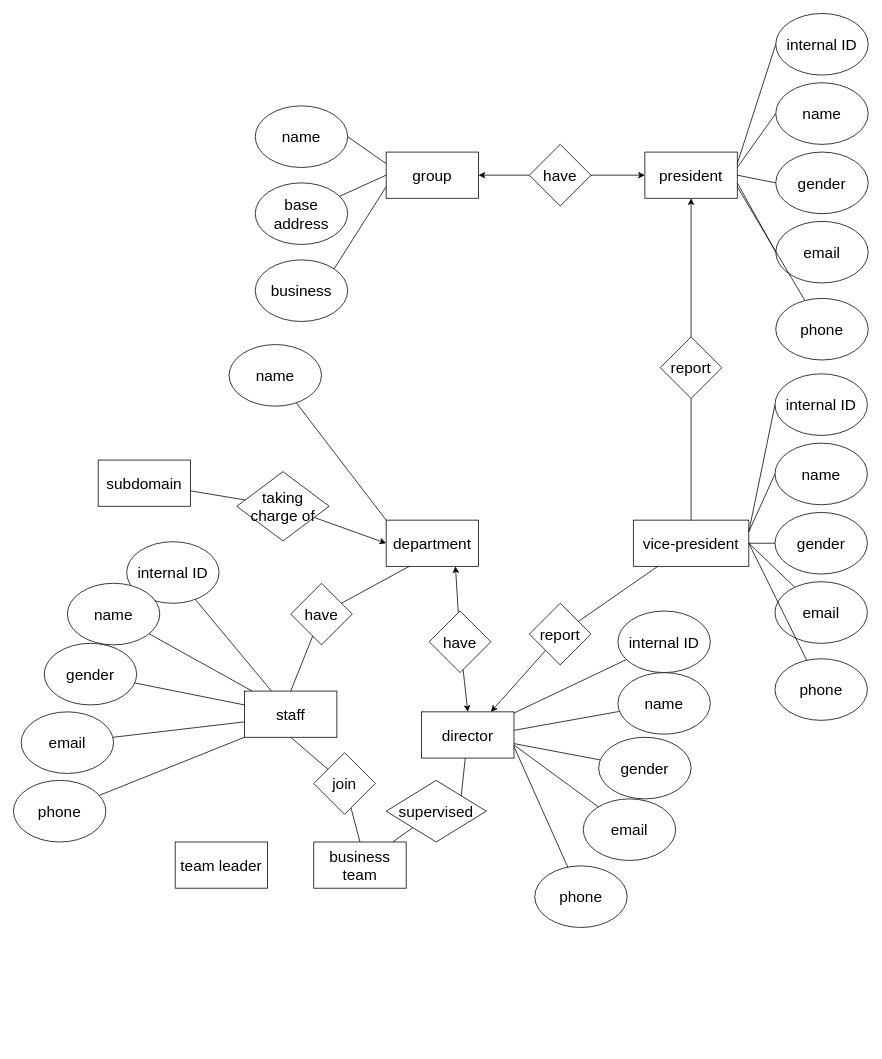
Before: 3100_asmt3_Q3.drawio in wkng0/heyy, a draw.io diagram. Source tidied: cells renumbered, new cells numbered last; positions are measured from the earlier drawing's top-left corner, leaving out a move shared by most shapes. Both pictures are drawn from the tidied source at 77%, with x=0, y=0 at pixel (13, 13).
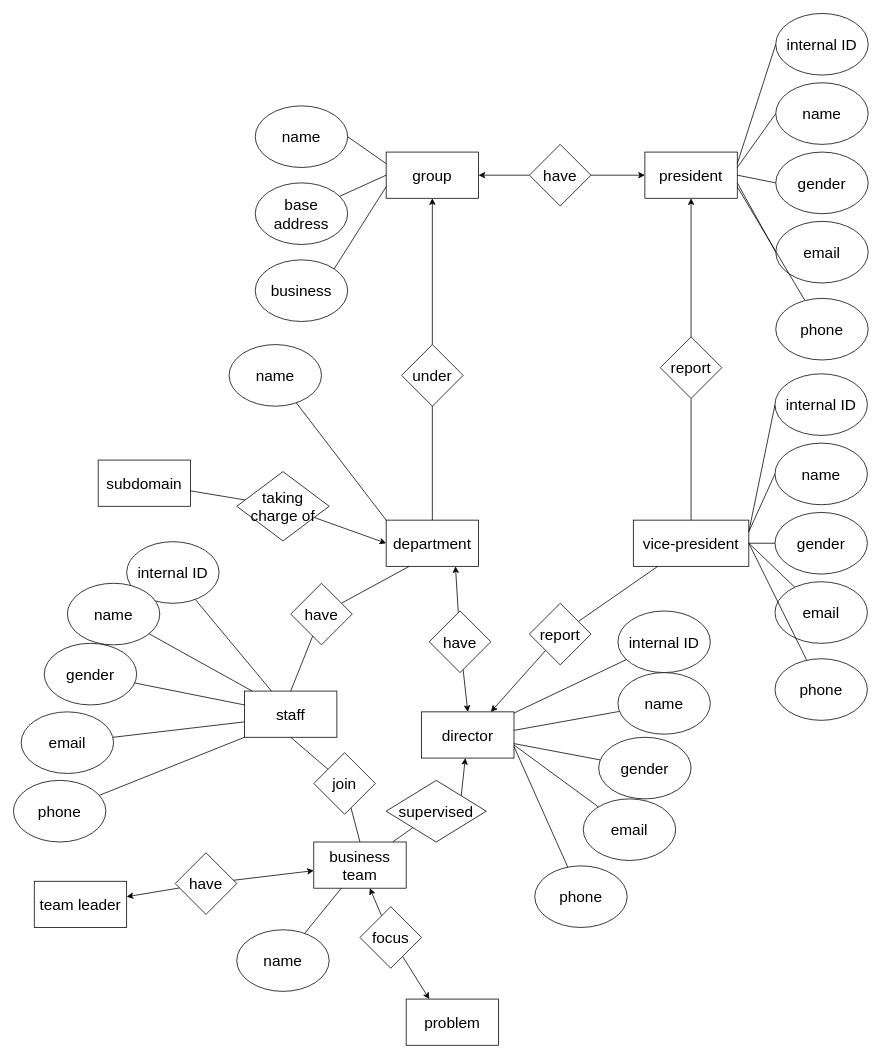
After the change.

Unchanged cells that the change refers to:
```xml
<mxCell id="2" value="&lt;font style=&quot;font-size: 20px&quot;&gt;group&lt;/font&gt;" style="rounded=0;whiteSpace=wrap;html=1;" parent="1" vertex="1">
  <mxGeometry x="484" y="180" width="120" height="60" as="geometry" />
</mxCell>
<mxCell id="37" value="department" style="rounded=0;whiteSpace=wrap;html=1;fontSize=20;" parent="1" vertex="1">
  <mxGeometry x="484" y="658" width="120" height="60" as="geometry" />
</mxCell>
<mxCell id="54" value="director" style="rounded=0;whiteSpace=wrap;html=1;fontSize=20;" parent="1" vertex="1">
  <mxGeometry x="530" y="907" width="120" height="60" as="geometry" />
</mxCell>
<mxCell id="73" value="business team" style="rounded=0;whiteSpace=wrap;html=1;fontSize=20;" parent="1" vertex="1">
  <mxGeometry x="390" y="1076" width="120" height="60" as="geometry" />
</mxCell>
<mxCell id="82" value="supervised" style="rhombus;whiteSpace=wrap;html=1;fontSize=20;" parent="1" vertex="1">
  <mxGeometry x="484" y="996" width="130" height="80" as="geometry" />
</mxCell>
```

Diff of the diagram source:
```diff
@@
     <mxCell id="71" value="team leader" style="rounded=0;whiteSpace=wrap;html=1;fontSize=20;" parent="1" vertex="1">
-      <mxGeometry x="210" y="1076" width="120" height="60" as="geometry" />
+      <mxGeometry x="27" y="1127" width="120" height="60" as="geometry" />
     </mxCell>
@@
-    <mxCell id="81" style="edgeStyle=none;rounded=0;jettySize=auto;html=1;exitX=1;exitY=0;exitDx=0;exitDy=0;fontSize=20;endArrow=none;endFill=0;strokeColor=default;" parent="1" edge="1" source="82" target="54">
+    <mxCell id="81" style="edgeStyle=none;rounded=0;jettySize=auto;html=1;exitX=1;exitY=0;exitDx=0;exitDy=0;fontSize=20;endArrow=classic;endFill=1;strokeColor=default;" parent="1" edge="1" source="82" target="54">
       <mxGeometry relative="1" as="geometry" />
     </mxCell>
@@
+    <mxCell id="83" style="edgeStyle=none;rounded=0;jettySize=auto;html=1;fontSize=20;endArrow=none;endFill=0;strokeColor=default;" parent="1" edge="1" source="84" target="73">
+      <mxGeometry relative="1" as="geometry" />
+    </mxCell>
+    <mxCell id="84" value="name" style="ellipse;whiteSpace=wrap;html=1;fontSize=20;" parent="1" vertex="1">
+      <mxGeometry x="290" y="1190" width="120" height="80" as="geometry" />
+    </mxCell>
+    <mxCell id="85" style="edgeStyle=none;rounded=0;jettySize=auto;html=1;fontSize=20;endArrow=classic;endFill=1;strokeColor=default;" parent="1" edge="1" source="87" target="71">
+      <mxGeometry relative="1" as="geometry" />
+    </mxCell>
+    <mxCell id="86" style="edgeStyle=none;rounded=0;jettySize=auto;html=1;fontSize=20;endArrow=classic;endFill=1;strokeColor=default;" parent="1" edge="1" source="87" target="73">
+      <mxGeometry relative="1" as="geometry" />
+    </mxCell>
+    <mxCell id="87" value="have" style="rhombus;whiteSpace=wrap;html=1;fontSize=20;" parent="1" vertex="1">
+      <mxGeometry x="210" y="1090" width="80" height="80" as="geometry" />
+    </mxCell>
+    <mxCell id="88" value="problem" style="rounded=0;whiteSpace=wrap;html=1;fontSize=20;" parent="1" vertex="1">
+      <mxGeometry x="510" y="1280" width="120" height="60" as="geometry" />
+    </mxCell>
+    <mxCell id="89" style="edgeStyle=none;rounded=0;jettySize=auto;html=1;fontSize=20;endArrow=classic;endFill=1;strokeColor=default;" parent="1" edge="1" source="91" target="73">
+      <mxGeometry relative="1" as="geometry" />
+    </mxCell>
+    <mxCell id="90" style="edgeStyle=none;rounded=0;jettySize=auto;html=1;entryX=0.25;entryY=0;entryDx=0;entryDy=0;fontSize=20;endArrow=classic;endFill=1;strokeColor=default;" parent="1" edge="1" source="91" target="88">
+      <mxGeometry relative="1" as="geometry" />
+    </mxCell>
+    <mxCell id="91" value="focus" style="rhombus;whiteSpace=wrap;html=1;fontSize=20;" parent="1" vertex="1">
+      <mxGeometry x="450" y="1160" width="80" height="80" as="geometry" />
+    </mxCell>
+    <mxCell id="92" style="edgeStyle=none;rounded=0;jettySize=auto;html=1;entryX=0.5;entryY=0;entryDx=0;entryDy=0;fontSize=20;endArrow=none;endFill=0;strokeColor=default;" parent="1" edge="1" source="94" target="37">
+      <mxGeometry relative="1" as="geometry" />
+    </mxCell>
+    <mxCell id="93" style="edgeStyle=none;rounded=0;jettySize=auto;html=1;fontSize=20;endArrow=classic;endFill=1;strokeColor=default;" parent="1" edge="1" source="94" target="2">
+      <mxGeometry relative="1" as="geometry" />
+    </mxCell>
+    <mxCell id="94" value="under" style="rhombus;whiteSpace=wrap;html=1;fontSize=20;" parent="1" vertex="1">
+      <mxGeometry x="504" y="430" width="80" height="80" as="geometry" />
+    </mxCell>
```
